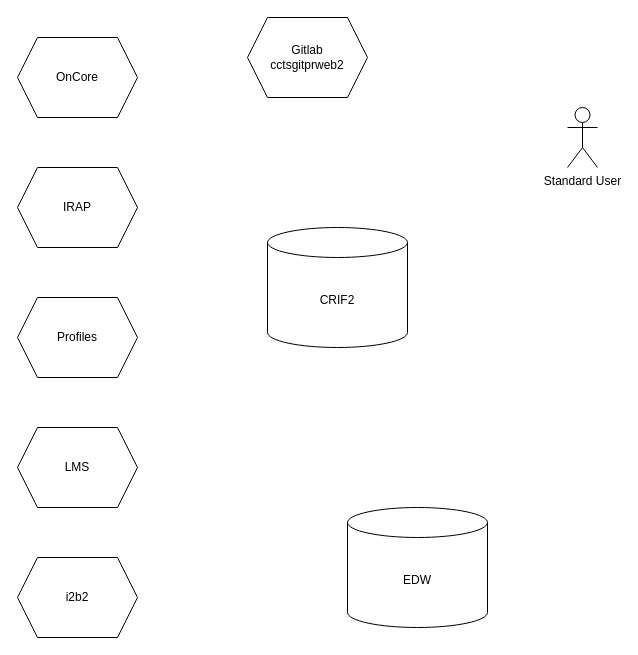
Above: Data Flow Diagram DataLENS V2.drawio in ntimkovich/UAB-II-Diagrams (draw.io), before the change. Source tidied: cells renumbered, new cells numbered last; positions are measured from the earlier drawing's top-left corner, leaving out a move shared by most shapes. Both pictures are drawn from the tidied source at 100%, with x=0, y=0 at pixel (17, 17).
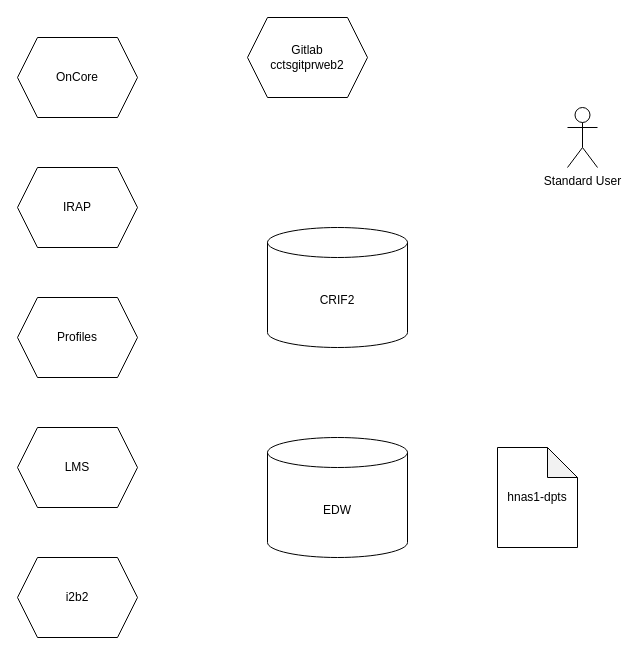
The same page after the edit.

Diff of the diagram source:
```diff
@@
 <mxGraphModel>
   <root>
     <mxCell id="0" />
     <mxCell id="1" parent="0" />
     <mxCell id="2" value="CRIF2" style="shape=cylinder3;whiteSpace=wrap;html=1;boundedLbl=1;backgroundOutline=1;size=15;" parent="1" vertex="1">
       <mxGeometry x="250" y="210" width="140" height="120" as="geometry" />
     </mxCell>
     <mxCell id="3" value="OnCore" style="shape=hexagon;perimeter=hexagonPerimeter2;whiteSpace=wrap;html=1;fixedSize=1;" parent="1" vertex="1">
       <mxGeometry y="20" width="120" height="80" as="geometry" />
     </mxCell>
     <mxCell id="4" value="IRAP" style="shape=hexagon;perimeter=hexagonPerimeter2;whiteSpace=wrap;html=1;fixedSize=1;" parent="1" vertex="1">
       <mxGeometry y="150" width="120" height="80" as="geometry" />
     </mxCell>
     <mxCell id="5" value="Profiles" style="shape=hexagon;perimeter=hexagonPerimeter2;whiteSpace=wrap;html=1;fixedSize=1;" parent="1" vertex="1">
       <mxGeometry y="280" width="120" height="80" as="geometry" />
     </mxCell>
     <mxCell id="6" value="LMS" style="shape=hexagon;perimeter=hexagonPerimeter2;whiteSpace=wrap;html=1;fixedSize=1;" parent="1" vertex="1">
       <mxGeometry y="410" width="120" height="80" as="geometry" />
     </mxCell>
     <mxCell id="7" value="Gitlab&lt;br&gt;cctsgitprweb2" style="shape=hexagon;perimeter=hexagonPerimeter2;whiteSpace=wrap;html=1;fixedSize=1;" parent="1" vertex="1">
       <mxGeometry x="230" width="120" height="80" as="geometry" />
     </mxCell>
     <mxCell id="8" value="Standard User" style="shape=umlActor;verticalLabelPosition=bottom;verticalAlign=top;html=1;" parent="1" vertex="1">
       <mxGeometry x="550" y="90" width="30" height="60" as="geometry" />
     </mxCell>
     <mxCell id="9" value="EDW" style="shape=cylinder3;whiteSpace=wrap;html=1;boundedLbl=1;backgroundOutline=1;size=15;" parent="1" vertex="1">
-      <mxGeometry x="330" y="490" width="140" height="120" as="geometry" />
+      <mxGeometry x="250" y="420" width="140" height="120" as="geometry" />
     </mxCell>
     <mxCell id="10" value="i2b2" style="shape=hexagon;perimeter=hexagonPerimeter2;whiteSpace=wrap;html=1;fixedSize=1;" parent="1" vertex="1">
       <mxGeometry y="540" width="120" height="80" as="geometry" />
     </mxCell>
+    <mxCell id="11" value="hnas1-dpts" style="shape=note;whiteSpace=wrap;html=1;backgroundOutline=1;darkOpacity=0.05;" parent="1" vertex="1">
+      <mxGeometry x="480" y="430" width="80" height="100" as="geometry" />
+    </mxCell>
   </root>
 </mxGraphModel>
```
